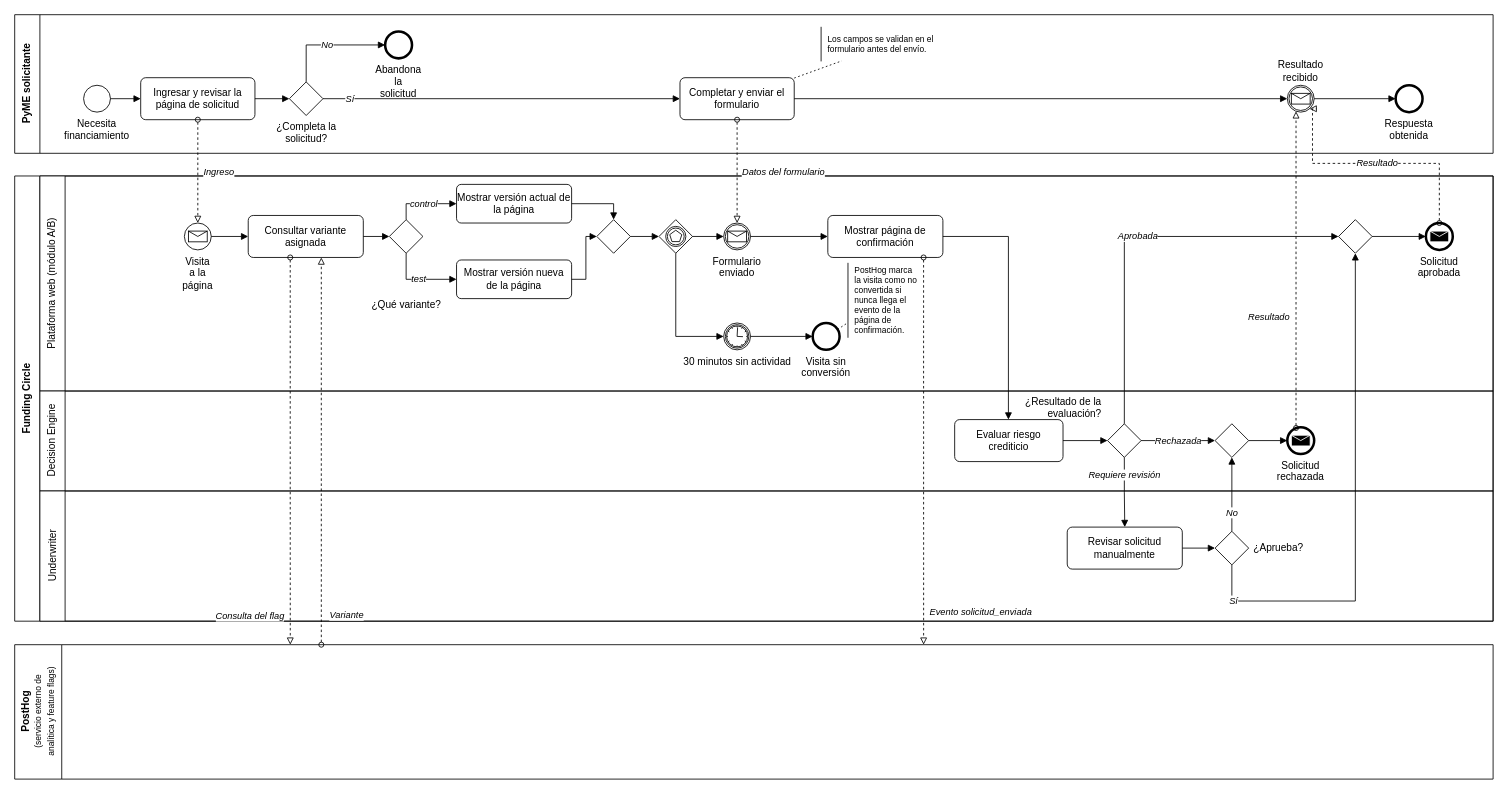
The draw.io diagram entregas/entrega_4/Diagrama BPMN - Funding Circle UK.drawio in fpezcara/tpi-fc-ab-testing, before the edit. Source tidied: cells renumbered, new cells numbered last; positions are measured from the earlier drawing's top-left corner, leaving out a move shared by most shapes. Both pictures are drawn from the tidied source at 84%, with x=0, y=0 at pixel (14, 14).
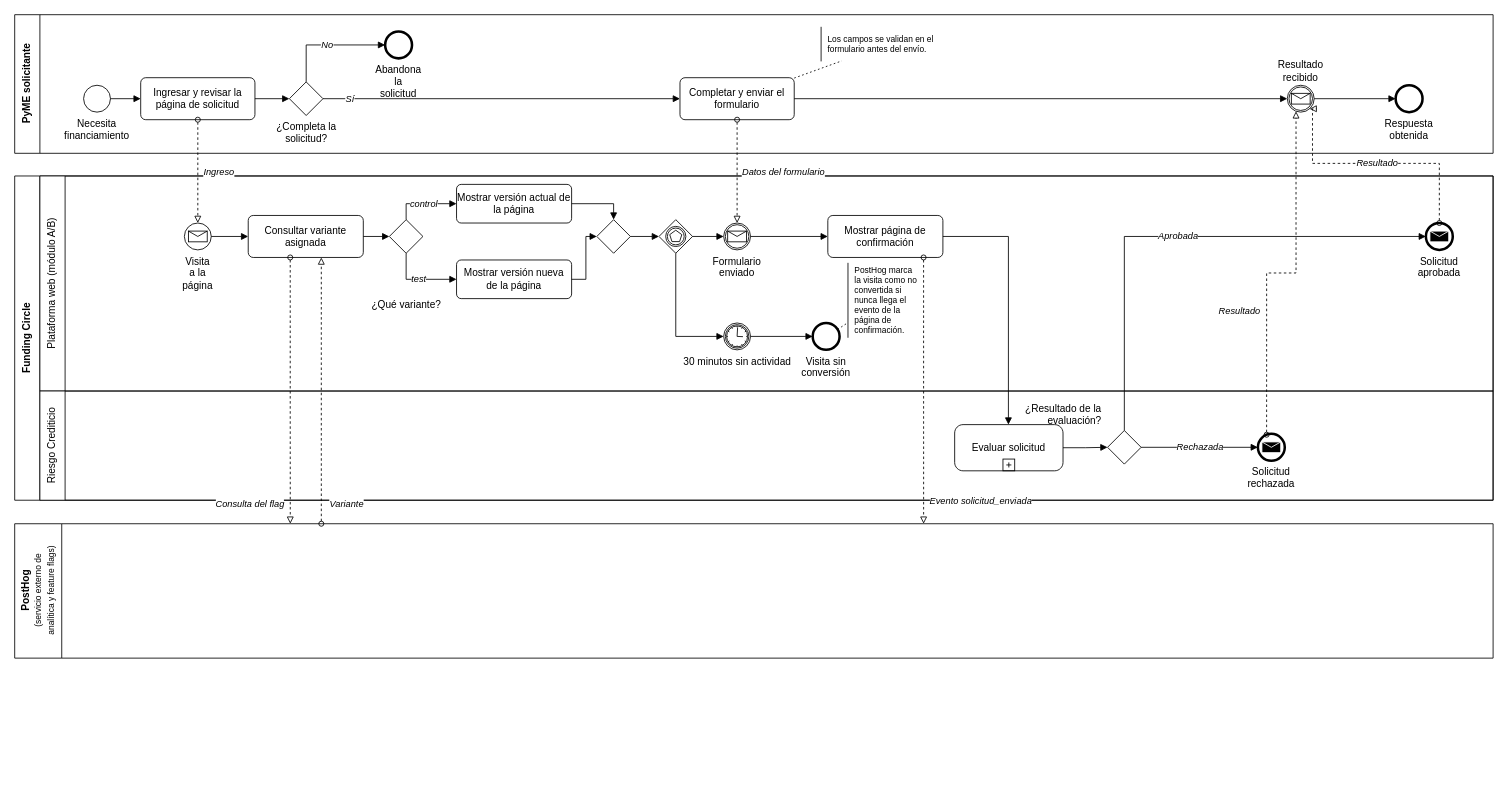
The same diagram, later.

Commit message (it also covers changes not shown here):
Dejar solo la versión final del diagrama BPMN

The change refers to these unchanged cells:
```xml
<mxCell id="13" value="Plataforma web (módulo A/B)" style="swimlane;html=1;horizontal=0;startSize=30;fontStyle=0;whiteSpace=wrap;" parent="12" vertex="1">
  <mxGeometry x="30" width="1730" height="256" as="geometry" />
</mxCell>
<mxCell id="24" value="Mostrar página de confirmación" style="rounded=1;whiteSpace=wrap;html=1;arcSize=12;" parent="13" vertex="1">
  <mxGeometry x="938" y="47" width="137" height="50" as="geometry" />
</mxCell>
<mxCell id="26" value="Solicitud aprobada" style="shape=mxgraph.bpmn.event;html=1;verticalLabelPosition=bottom;verticalAlign=top;align=center;perimeter=ellipsePerimeter;outlineConnect=0;whiteSpace=wrap;outline=end;symbol=message;" parent="13" vertex="1">
  <mxGeometry x="1650" y="56" width="32" height="32" as="geometry" />
</mxCell>
```

Diff of the diagram source:
```diff
@@
     <mxCell id="12" value="Funding Circle" style="swimlane;html=1;horizontal=0;startSize=30;fontStyle=1;whiteSpace=wrap;" parent="1" vertex="1">
-      <mxGeometry y="192" width="1760" height="530" as="geometry" />
+      <mxGeometry y="192" width="1760" height="386" as="geometry" />
     </mxCell>
@@
-    <mxCell id="25" style="shape=mxgraph.bpmn.gateway2;html=1;verticalLabelPosition=bottom;verticalAlign=top;align=center;perimeter=rhombusPerimeter;outlineConnect=0;outline=none;symbol=none;" parent="13" vertex="1">
-      <mxGeometry x="1546" y="52" width="40" height="40" as="geometry" />
-    </mxCell>
@@
-    <mxCell id="31" value="Decision Engine" style="swimlane;html=1;horizontal=0;startSize=30;fontStyle=0;whiteSpace=wrap;" parent="12" vertex="1">
-      <mxGeometry x="30" y="256" width="1730" height="119" as="geometry" />
+    <mxCell id="31" value="Riesgo Crediticio" style="swimlane;html=1;horizontal=0;startSize=30;fontStyle=0;whiteSpace=wrap;" parent="12" vertex="1">
+      <mxGeometry x="30" y="256" width="1730" height="130" as="geometry" />
     </mxCell>
-    <mxCell id="32" value="Evaluar riesgo crediticio" style="rounded=1;whiteSpace=wrap;html=1;arcSize=12;" parent="31" vertex="1">
-      <mxGeometry x="1089" y="34" width="129" height="50" as="geometry" />
-    </mxCell>
+    <mxCell id="72" value="Evaluar solicitud" style="shape=mxgraph.bpmn.task;whiteSpace=wrap;rectStyle=rounded;size=10;html=1;taskMarker=abstract;isLoopSub=1;" parent="31" vertex="1">
+      <mxGeometry x="1089" y="40" width="129" height="55" as="geometry" />
+    </mxCell>
     <mxCell id="33" value="¿Resultado de la&lt;br&gt;evaluación?" style="shape=mxgraph.bpmn.gateway2;html=1;labelPosition=left;verticalLabelPosition=top;align=right;verticalAlign=bottom;spacingRight=6;spacingBottom=2;perimeter=rhombusPerimeter;outlineConnect=0;outline=none;symbol=none;" parent="31" vertex="1">
-      <mxGeometry x="1271" y="39" width="40" height="40" as="geometry" />
+      <mxGeometry x="1271" y="47" width="40" height="40" as="geometry" />
     </mxCell>
-    <mxCell id="34" style="shape=mxgraph.bpmn.gateway2;html=1;verticalLabelPosition=bottom;verticalAlign=top;align=center;perimeter=rhombusPerimeter;outlineConnect=0;outline=none;symbol=none;" parent="31" vertex="1">
-      <mxGeometry x="1399" y="39" width="40" height="40" as="geometry" />
-    </mxCell>
     <mxCell id="35" value="Solicitud rechazada" style="shape=mxgraph.bpmn.event;html=1;verticalLabelPosition=bottom;verticalAlign=top;align=center;perimeter=ellipsePerimeter;outlineConnect=0;whiteSpace=wrap;outline=end;symbol=message;" parent="31" vertex="1">
-      <mxGeometry x="1485" y="43" width="32" height="32" as="geometry" />
+      <mxGeometry x="1450" y="51" width="32" height="32" as="geometry" />
     </mxCell>
-    <mxCell id="36" value="Underwriter" style="swimlane;html=1;horizontal=0;startSize=30;fontStyle=0;whiteSpace=wrap;" parent="12" vertex="1">
-      <mxGeometry x="30" y="375" width="1730" height="155" as="geometry" />
-    </mxCell>
-    <mxCell id="37" value="Revisar solicitud manualmente" style="rounded=1;whiteSpace=wrap;html=1;arcSize=12;" parent="36" vertex="1">
-      <mxGeometry x="1223" y="43" width="137" height="50" as="geometry" />
-    </mxCell>
-    <mxCell id="38" value="¿Aprueba?" style="shape=mxgraph.bpmn.gateway2;html=1;labelPosition=right;verticalLabelPosition=middle;align=left;verticalAlign=middle;spacingLeft=4;perimeter=rhombusPerimeter;outlineConnect=0;outline=none;symbol=none;" parent="36" vertex="1">
-      <mxGeometry x="1399" y="48" width="40" height="40" as="geometry" />
-    </mxCell>
     <mxCell id="39" value="PostHog&lt;br&gt;&lt;span style=&quot;font-weight:normal;font-size:10px&quot;&gt;(servicio externo de&lt;br&gt;analítica y feature flags)&lt;/span&gt;" style="swimlane;html=1;horizontal=0;startSize=56;fontStyle=1;fontSize=12;whiteSpace=nowrap;align=center;verticalAlign=middle;" parent="1" vertex="1">
-      <mxGeometry y="750" width="1760" height="160" as="geometry" />
+      <mxGeometry y="606" width="1760" height="160" as="geometry" />
     </mxCell>
@@
-    <mxCell id="55" style="edgeStyle=orthogonalEdgeStyle;rounded=0;html=1;fontStyle=2;endArrow=block;endFill=1;" parent="1" edge="1" source="24" target="32">
+    <mxCell id="55" style="edgeStyle=orthogonalEdgeStyle;rounded=0;html=1;fontStyle=2;endArrow=block;endFill=1;" parent="1" edge="1" source="24" target="72">
       <mxGeometry relative="1" as="geometry">
         <Array as="points">
           <mxPoint x="1183" y="264" />
         </Array>
       </mxGeometry>
     </mxCell>
-    <mxCell id="56" style="edgeStyle=orthogonalEdgeStyle;rounded=0;html=1;fontStyle=2;endArrow=block;endFill=1;" parent="1" edge="1" source="32" target="33">
-      <mxGeometry relative="1" as="geometry" />
-    </mxCell>
-    <mxCell id="57" value="Aprobada" style="edgeStyle=orthogonalEdgeStyle;rounded=0;html=1;fontStyle=2;endArrow=block;endFill=1;" parent="1" edge="1" source="33" target="25">
+    <mxCell id="57" value="Aprobada" style="edgeStyle=orthogonalEdgeStyle;rounded=0;html=1;fontStyle=2;endArrow=block;endFill=1;" parent="1" edge="1" source="33" target="26">
       <mxGeometry relative="1" as="geometry">
         <Array as="points">
           <mxPoint x="1321" y="264" />
         </Array>
       </mxGeometry>
     </mxCell>
-    <mxCell id="58" value="Rechazada" style="edgeStyle=orthogonalEdgeStyle;rounded=0;html=1;fontStyle=2;endArrow=block;endFill=1;" parent="1" edge="1" source="33" target="34">
-      <mxGeometry relative="1" as="geometry" />
-    </mxCell>
-    <mxCell id="59" value="Requiere revisión" style="edgeStyle=orthogonalEdgeStyle;rounded=0;html=1;fontStyle=2;endArrow=block;endFill=1;" parent="1" edge="1" source="33" target="37">
-      <mxGeometry x="-0.5" relative="1" as="geometry" />
-    </mxCell>
-    <mxCell id="60" style="edgeStyle=orthogonalEdgeStyle;rounded=0;html=1;fontStyle=2;endArrow=block;endFill=1;" parent="1" edge="1" source="37" target="38">
-      <mxGeometry relative="1" as="geometry" />
-    </mxCell>
-    <mxCell id="61" value="No" style="edgeStyle=orthogonalEdgeStyle;rounded=0;html=1;fontStyle=2;endArrow=block;endFill=1;" parent="1" edge="1" source="38" target="34">
-      <mxGeometry x="-0.5" relative="1" as="geometry" />
-    </mxCell>
-    <mxCell id="62" value="Sí" style="edgeStyle=orthogonalEdgeStyle;rounded=0;html=1;fontStyle=2;endArrow=block;endFill=1;" parent="1" edge="1" source="38" target="25">
-      <mxGeometry x="-0.85" relative="1" as="geometry">
-        <Array as="points">
-          <mxPoint x="1449" y="698" />
-          <mxPoint x="1596" y="698" />
-        </Array>
-      </mxGeometry>
-    </mxCell>
-    <mxCell id="63" style="edgeStyle=orthogonalEdgeStyle;rounded=0;html=1;fontStyle=2;endArrow=block;endFill=1;" parent="1" edge="1" source="34" target="35">
-      <mxGeometry relative="1" as="geometry" />
-    </mxCell>
-    <mxCell id="64" style="edgeStyle=orthogonalEdgeStyle;rounded=0;html=1;fontStyle=2;endArrow=block;endFill=1;" parent="1" edge="1" source="25" target="26">
-      <mxGeometry relative="1" as="geometry" />
-    </mxCell>
@@
+    <mxCell id="56" style="edgeStyle=orthogonalEdgeStyle;rounded=0;html=1;fontStyle=2;endArrow=block;endFill=1;" parent="1" edge="1" source="72" target="33">
+      <mxGeometry relative="1" as="geometry" />
+    </mxCell>
+    <mxCell id="58" value="Rechazada" style="edgeStyle=orthogonalEdgeStyle;rounded=0;html=1;fontStyle=2;endArrow=block;endFill=1;" parent="1" edge="1" source="33" target="35">
+      <mxGeometry relative="1" as="geometry" />
+    </mxCell>
```
